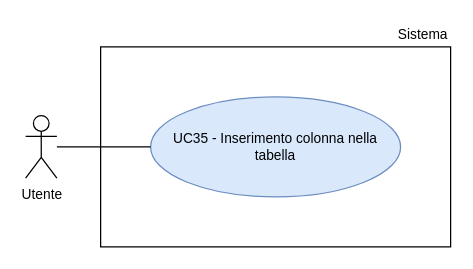
Before: RTB/doc_esterna/analisi-dei-requisiti/assets/draw.io/UC35.drawio in thebitless-group-swe/thebitless.github.io, a draw.io diagram. Source tidied: cells renumbered, new cells numbered last; positions are measured from the earlier drawing's top-left corner, leaving out a move shared by most shapes. Both pictures are drawn from the tidied source at 125%, with x=0, y=0 at pixel (25, 21).
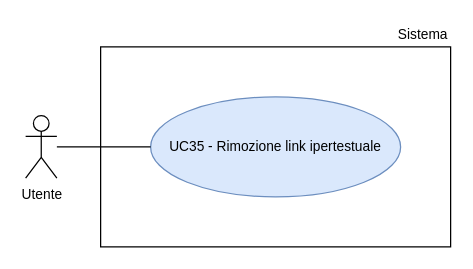
The same page after the edit.

The edit, as a diff of the source:
```diff
@@
 <mxGraphModel>
   <root>
     <mxCell id="0" />
     <mxCell id="1" parent="0" />
     <mxCell id="2" value="Utente" style="shape=umlActor;verticalLabelPosition=bottom;verticalAlign=top;html=1;outlineConnect=0;fontSize=11;" parent="1" vertex="1">
       <mxGeometry y="75" width="25" height="50" as="geometry" />
     </mxCell>
     <mxCell id="3" style="rounded=0;whiteSpace=wrap;html=1;strokeWidth=1;" parent="1" vertex="1">
       <mxGeometry x="60" y="20" width="280" height="160" as="geometry" />
     </mxCell>
     <mxCell id="4" value="Sistema" style="text;html=1;whiteSpace=wrap;strokeColor=none;fillColor=none;align=right;verticalAlign=middle;fontSize=11;" parent="1" vertex="1">
       <mxGeometry x="270" width="70" height="20" as="geometry" />
     </mxCell>
-    <mxCell id="5" value="UC35 - Inserimento colonna nella tabella" style="ellipse;whiteSpace=wrap;html=1;fillColor=#dae8fc;strokeColor=#6c8ebf;fontSize=11;" parent="1" vertex="1">
+    <mxCell id="5" value="UC35 - Rimozione link ipertestuale" style="ellipse;whiteSpace=wrap;html=1;fillColor=#dae8fc;strokeColor=#6c8ebf;fontSize=11;" parent="1" vertex="1">
       <mxGeometry x="100" y="60" width="200" height="80" as="geometry" />
     </mxCell>
     <mxCell id="6" style="edgeStyle=none;rounded=0;jettySize=auto;html=1;endArrow=none;endFill=0;" parent="1" edge="1" source="2" target="5">
       <mxGeometry relative="1" as="geometry" />
     </mxCell>
   </root>
 </mxGraphModel>
```
